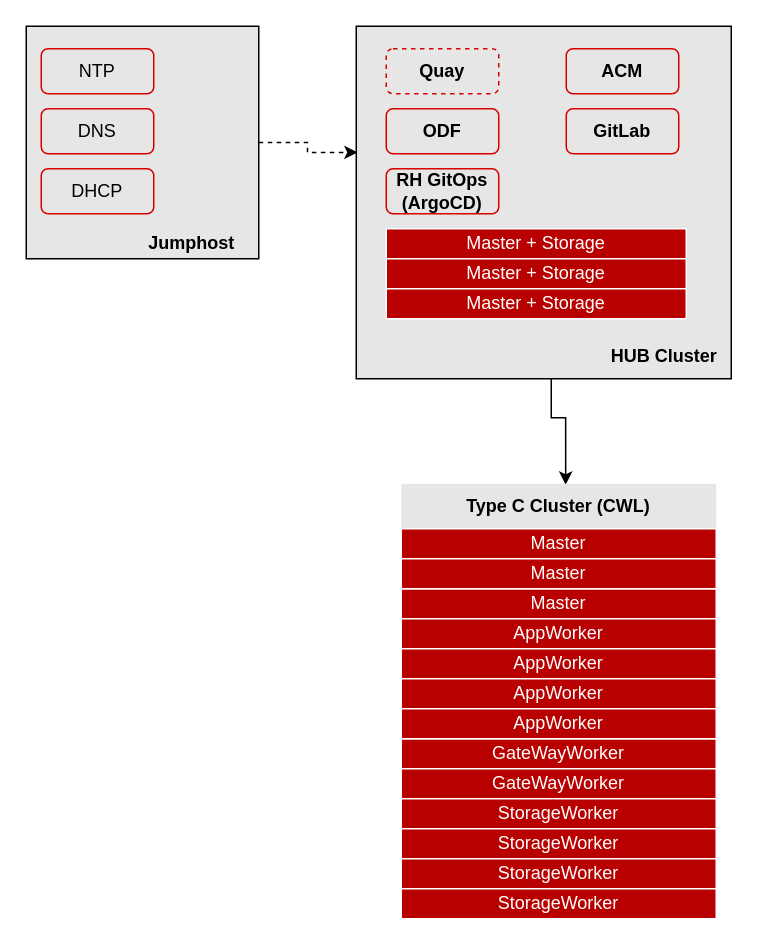
Before: Untitled hub-cluster-hp.drawio in ansvu/ava-project, a draw.io diagram. Source tidied: cells renumbered, new cells numbered last; positions are measured from the earlier drawing's top-left corner, leaving out a move shared by most shapes. Both pictures are drawn from the tidied source at 150%, with x=0, y=0 at pixel (26, 26).
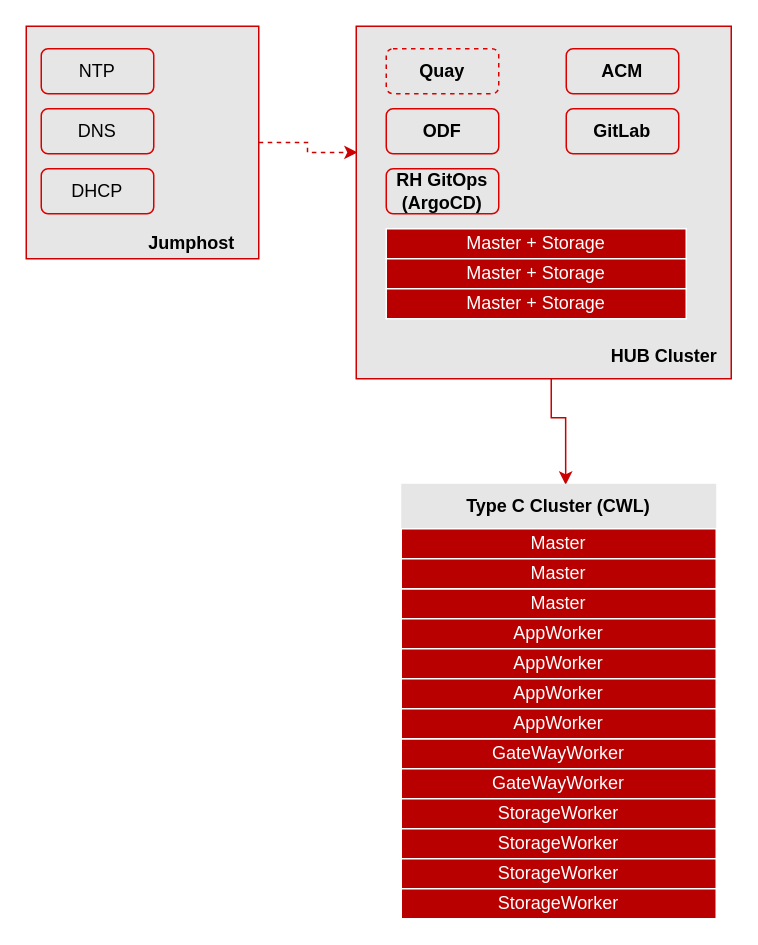
The same page after the edit.

The change refers to these unchanged cells:
```xml
<mxCell id="19" value="&lt;b&gt;Type C Cluster (CWL)&lt;/b&gt;" style="rounded=0;whiteSpace=wrap;html=1;fillColor=#E6E6E6;strokeColor=none;" parent="1" vertex="1">
  <mxGeometry x="250" y="305" width="210" height="30" as="geometry" />
</mxCell>
```

Change to the diagram source:
```diff
@@
-    <mxCell id="2" style="edgeStyle=orthogonalEdgeStyle;rounded=0;jettySize=auto;html=1;dashed=1;entryX=0.004;entryY=0.358;entryDx=0;entryDy=0;entryPerimeter=0;" parent="1" edge="1" source="3" target="8">
+    <mxCell id="2" style="edgeStyle=orthogonalEdgeStyle;rounded=0;jettySize=auto;html=1;dashed=1;entryX=0.004;entryY=0.358;entryDx=0;entryDy=0;entryPerimeter=0;strokeColor=#CC0000;" parent="1" edge="1" source="3" target="8">
       <mxGeometry relative="1" as="geometry" />
     </mxCell>
-    <mxCell id="3" style="whiteSpace=wrap;html=1;fillColor=#E6E6E6;" parent="1" vertex="1">
+    <mxCell id="3" style="whiteSpace=wrap;html=1;fillColor=#E6E6E6;strokeColor=#CC0000;" parent="1" vertex="1">
       <mxGeometry width="155" height="155" as="geometry" />
     </mxCell>
@@
-    <mxCell id="7" style="edgeStyle=orthogonalEdgeStyle;rounded=0;jettySize=auto;html=1;entryX=0.522;entryY=0.022;entryDx=0;entryDy=0;entryPerimeter=0;" parent="1" edge="1" target="19">
+    <mxCell id="7" style="edgeStyle=orthogonalEdgeStyle;rounded=0;jettySize=auto;html=1;entryX=0.522;entryY=0.022;entryDx=0;entryDy=0;entryPerimeter=0;strokeColor=#CC0000;" parent="1" edge="1" target="19">
       <mxGeometry relative="1" as="geometry">
         <mxPoint x="344.5" y="195" as="sourcePoint" />
         <Array as="points">
           <mxPoint x="350" y="196" />
           <mxPoint x="350" y="261" />
           <mxPoint x="360" y="261" />
         </Array>
       </mxGeometry>
     </mxCell>
-    <mxCell id="8" style="rounded=0;whiteSpace=wrap;html=1;fillColor=#E6E6E6;" parent="1" vertex="1">
+    <mxCell id="8" style="rounded=0;whiteSpace=wrap;html=1;fillColor=#E6E6E6;strokeColor=#CC0000;" parent="1" vertex="1">
       <mxGeometry x="220" width="250" height="235" as="geometry" />
     </mxCell>
```
